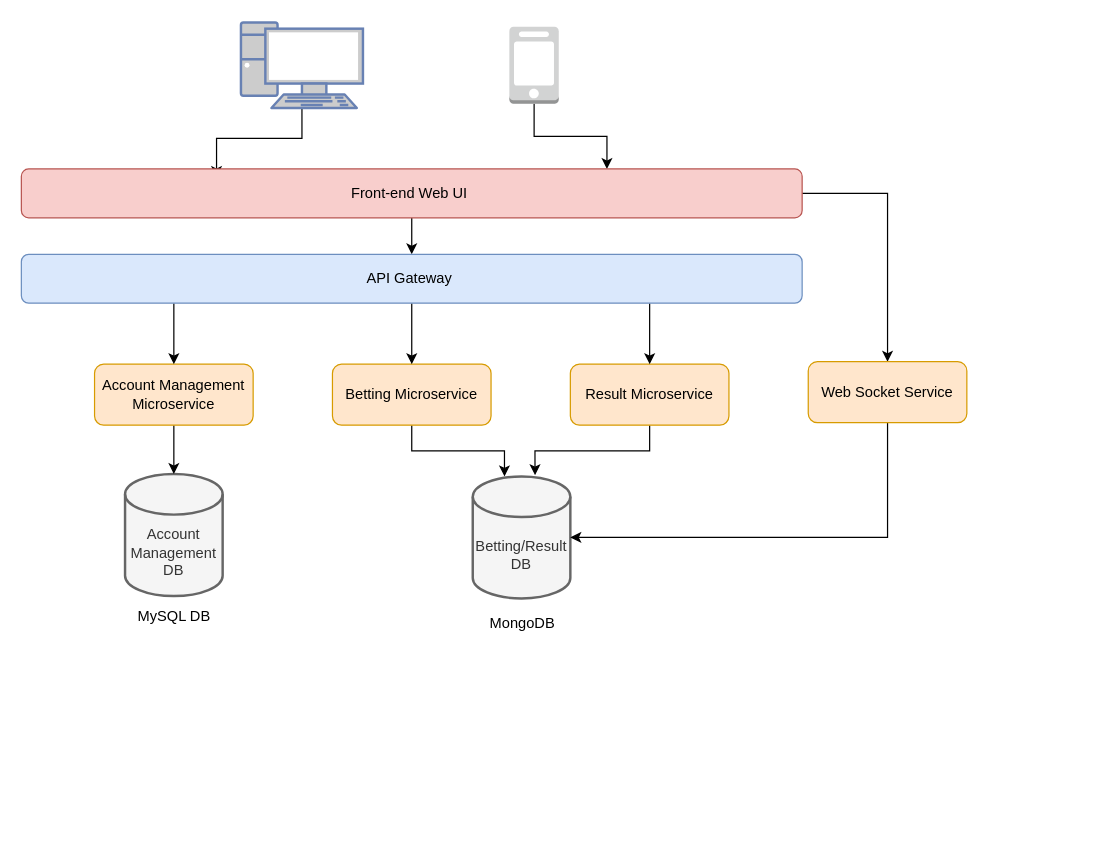
Before: page "Microservice Architecture Design" (4 of 8) of Documentation/OasisBet Diagrams.drawio in vincentcalai/OasisBet, a draw.io diagram. Source tidied: cells renumbered, new cells numbered last; positions are measured from the earlier drawing's top-left corner, leaving out a move shared by most shapes. Both pictures are drawn from the tidied source at 122%, with x=0, y=0 at pixel (21, 22).
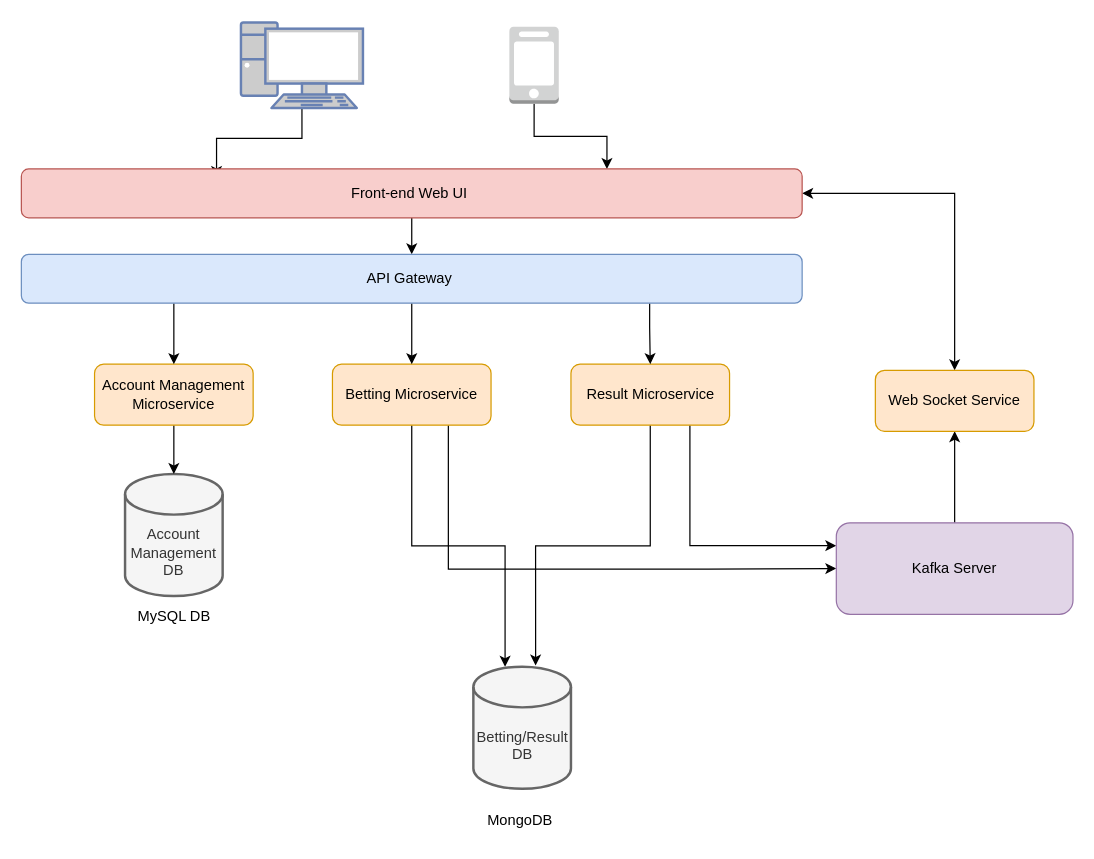
The same diagram, later.

Commit message (it also covers changes not shown here):
amended architecture diagram and documentation. to add kafka server

The change refers to these unchanged cells:
```xml
<mxCell id="9" value="Front-end Web UI&amp;nbsp;" style="rounded=1;whiteSpace=wrap;html=1;fillColor=#f8cecc;strokeColor=#b85450;" parent="1" vertex="1">
  <mxGeometry y="120" width="640" height="40" as="geometry" />
</mxCell>
<mxCell id="11" value="Betting Microservice" style="rounded=1;whiteSpace=wrap;html=1;fillColor=#ffe6cc;strokeColor=#d79b00;" parent="1" vertex="1">
  <mxGeometry x="255" y="280" width="130" height="50" as="geometry" />
</mxCell>
```

What changed in the source:
```diff
@@
-    <mxCell id="8" style="edgeStyle=orthogonalEdgeStyle;rounded=0;jettySize=auto;html=1;" parent="1" edge="1" source="9" target="24">
+    <mxCell id="8" style="edgeStyle=orthogonalEdgeStyle;rounded=0;jettySize=auto;html=1;startArrow=classic;startFill=1;" parent="1" edge="1" source="9" target="24">
       <mxGeometry relative="1" as="geometry" />
     </mxCell>
@@
+    <mxCell id="25" style="edgeStyle=orthogonalEdgeStyle;rounded=0;jettySize=auto;html=1;entryX=0;entryY=0.5;entryDx=0;entryDy=0;" parent="1" edge="1" source="11" target="28">
+      <mxGeometry relative="1" as="geometry">
+        <Array as="points">
+          <mxPoint x="350" y="448" />
+          <mxPoint x="563" y="448" />
+        </Array>
+      </mxGeometry>
+    </mxCell>
@@
+    <mxCell id="26" style="edgeStyle=orthogonalEdgeStyle;rounded=0;jettySize=auto;html=1;entryX=0;entryY=0.25;entryDx=0;entryDy=0;exitX=0.75;exitY=1;exitDx=0;exitDy=0;" parent="1" edge="1" source="15" target="28">
+      <mxGeometry relative="1" as="geometry" />
+    </mxCell>
     <mxCell id="15" value="Result Microservice" style="rounded=1;whiteSpace=wrap;html=1;fillColor=#ffe6cc;strokeColor=#d79b00;" parent="1" vertex="1">
-      <mxGeometry x="450" y="280" width="130" height="50" as="geometry" />
+      <mxGeometry x="450.5" y="280" width="130" height="50" as="geometry" />
     </mxCell>
@@
     <mxCell id="20" value="&lt;br&gt;&lt;br&gt;Betting/Result DB" style="strokeWidth=2;html=1;shape=mxgraph.flowchart.database;whiteSpace=wrap;fillColor=#f5f5f5;fontColor=#333333;strokeColor=#666666;" parent="1" vertex="1">
-      <mxGeometry x="370" y="372" width="80" height="100" as="geometry" />
+      <mxGeometry x="370.5" y="528" width="80" height="100" as="geometry" />
     </mxCell>
     <mxCell id="21" value="MongoDB" style="text;html=1;strokeColor=none;fillColor=none;align=center;verticalAlign=middle;whiteSpace=wrap;rounded=0;" parent="1" vertex="1">
-      <mxGeometry x="380.5" y="478" width="60" height="30" as="geometry" />
+      <mxGeometry x="379" y="639" width="60" height="30" as="geometry" />
     </mxCell>
@@
-    <mxCell id="23" style="edgeStyle=orthogonalEdgeStyle;rounded=0;jettySize=auto;html=1;entryX=1;entryY=0.5;entryDx=0;entryDy=0;entryPerimeter=0;" parent="1" edge="1" source="24" target="20">
-      <mxGeometry relative="1" as="geometry">
-        <Array as="points">
-          <mxPoint x="710" y="422" />
-        </Array>
-      </mxGeometry>
-    </mxCell>
+    <mxCell id="27" style="edgeStyle=orthogonalEdgeStyle;rounded=0;jettySize=auto;html=1;startArrow=classic;startFill=1;endArrow=none;endFill=0;" parent="1" edge="1" source="24" target="28">
+      <mxGeometry relative="1" as="geometry" />
+    </mxCell>
     <mxCell id="24" value="Web Socket Service" style="rounded=1;whiteSpace=wrap;html=1;fillColor=#ffe6cc;strokeColor=#d79b00;" parent="1" vertex="1">
-      <mxGeometry x="645" y="278" width="130" height="50" as="geometry" />
+      <mxGeometry x="700" y="285" width="130" height="50" as="geometry" />
     </mxCell>
+    <mxCell id="28" value="Kafka Server" style="rounded=1;whiteSpace=wrap;html=1;fillColor=#e1d5e7;strokeColor=#9673a6;" parent="1" vertex="1">
+      <mxGeometry x="668" y="410" width="194" height="75" as="geometry" />
+    </mxCell>
```
